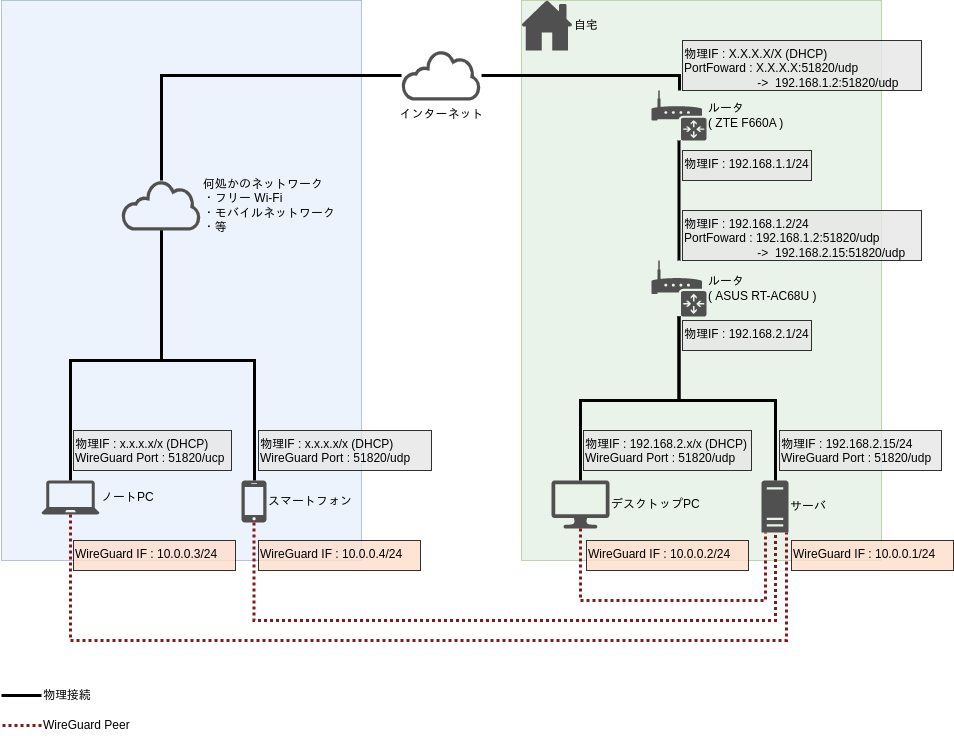
Before: posts/2023/02/12/configure-wireguard-based-on-nmcli/images/overview.png, a diagram exported from draw.io (goshida/blog-public). Source tidied: cells renumbered, new cells last; positions are measured from the earlier drawing's top-left corner, leaving out a move shared by most shapes.
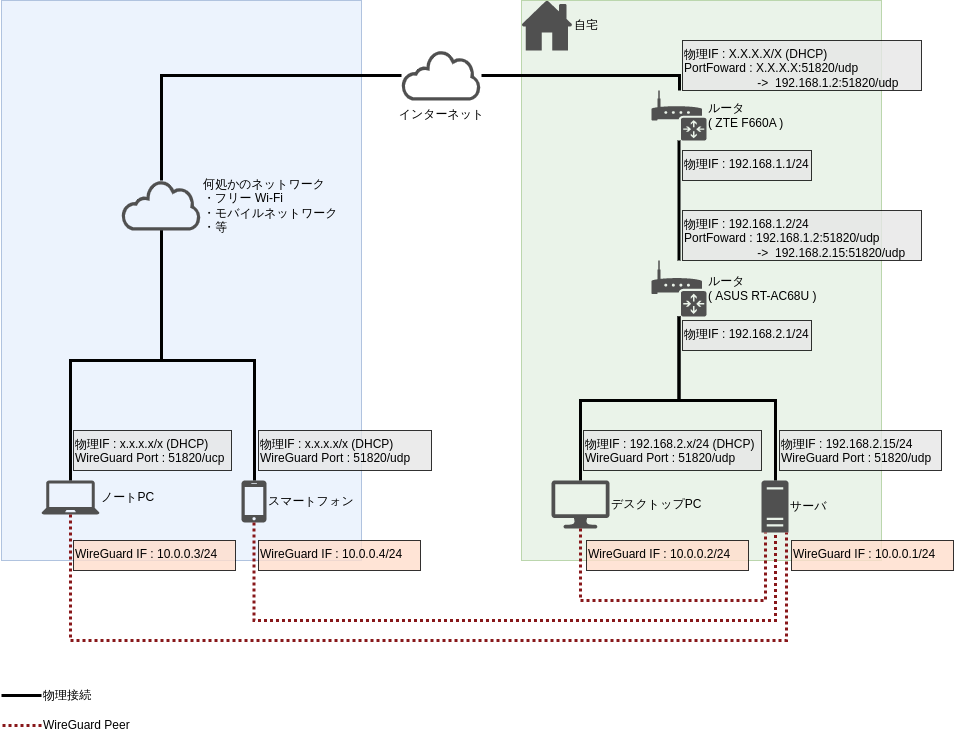
Above is the later version.

What changed in the source:
```diff
@@ -129,8 +129,8 @@
     <mxCell id="29" value="物理IF : 192.168.2.15/24&lt;br&gt;WireGuard Port : 51820/udp" style="text;html=1;strokeColor=default;fillColor=#E6E6E6;align=left;verticalAlign=top;whiteSpace=wrap;rounded=0;opacity=80;" parent="28" vertex="1">
       <mxGeometry x="778" y="430" width="162" height="40" as="geometry" />
     </mxCell>
-    <mxCell id="30" value="物理IF : 192.168.2.x/x (DHCP)&lt;br&gt;WireGuard Port : 51820/udp" style="text;html=1;strokeColor=default;fillColor=#E6E6E6;align=left;verticalAlign=top;whiteSpace=wrap;rounded=0;opacity=80;" parent="28" vertex="1">
-      <mxGeometry x="582" y="430" width="168" height="40" as="geometry" />
+    <mxCell id="30" value="物理IF : 192.168.2.x/24 (DHCP)&lt;br&gt;WireGuard Port : 51820/udp" style="text;html=1;strokeColor=default;fillColor=#E6E6E6;align=left;verticalAlign=top;whiteSpace=wrap;rounded=0;opacity=80;" parent="28" vertex="1">
+      <mxGeometry x="582" y="430" width="178" height="40" as="geometry" />
     </mxCell>
     <mxCell id="31" value="物理IF : 192.168.2.1/24" style="text;html=1;strokeColor=default;fillColor=#E6E6E6;align=left;verticalAlign=top;whiteSpace=wrap;rounded=0;opacity=80;" parent="28" vertex="1">
       <mxGeometry x="681" y="320" width="129" height="30" as="geometry" />
```
